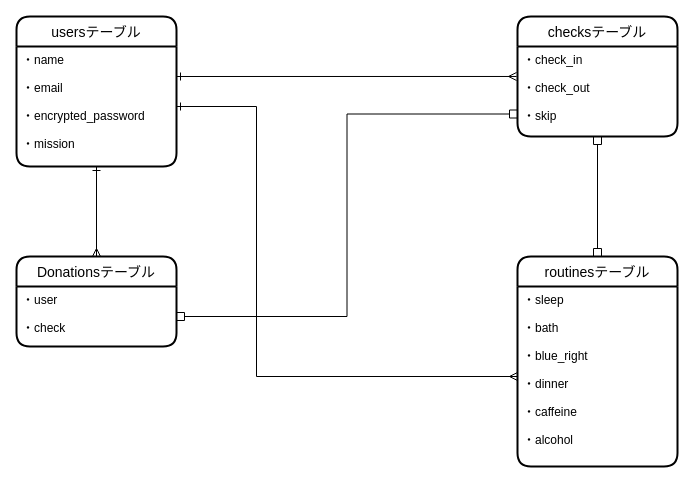
Before: er.dio in mujin-pro/bouzu_365, a draw.io diagram. Source tidied: cells renumbered, new cells numbered last; positions are measured from the earlier drawing's top-left corner, leaving out a move shared by most shapes. Both pictures are drawn from the tidied source at 100%, with x=0, y=0 at pixel (16, 16).
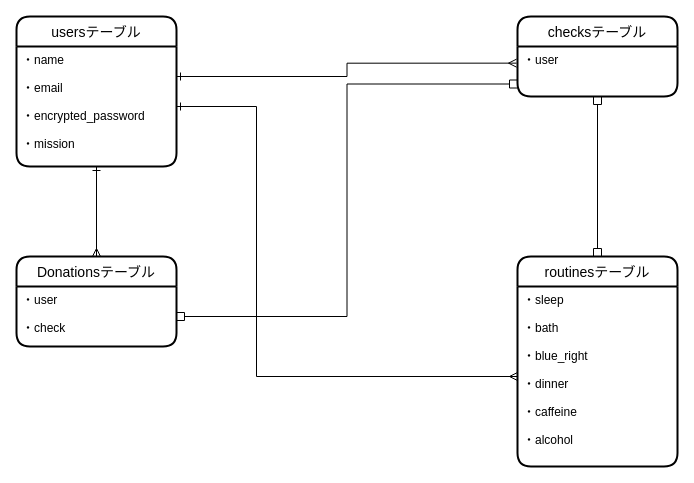
The same page after the edit.

Diff of the diagram source:
```diff
@@
     <mxCell id="4" value="checksテーブル" style="swimlane;horizontal=1;startSize=30;rounded=1;fontSize=14;fontStyle=0;strokeWidth=2;shadow=0;dashed=0;align=center;" parent="1" vertex="1">
-      <mxGeometry x="501" width="160" height="120" as="geometry" />
+      <mxGeometry x="501" width="160" height="80" as="geometry" />
     </mxCell>
-    <mxCell id="5" value="・check_in&#10;&#10;・check_out&#10;&#10;・skip" style="align=left;strokeColor=none;fillColor=none;spacingLeft=4;fontSize=12;verticalAlign=top;" parent="4" vertex="1">
-      <mxGeometry y="30" width="160" height="90" as="geometry" />
+    <mxCell id="5" value="・user" style="align=left;strokeColor=none;fillColor=none;spacingLeft=4;fontSize=12;verticalAlign=top;" parent="4" vertex="1">
+      <mxGeometry y="30" width="160" height="50" as="geometry" />
     </mxCell>
```
